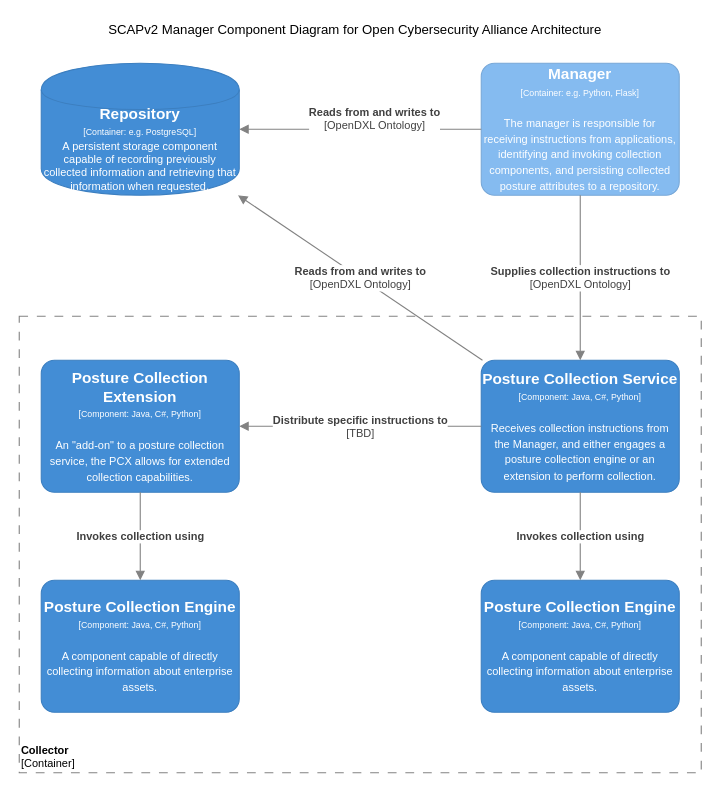
The draw.io diagram page "SCAPv2 Collector" (4 of 4) of Architecture Documents/oca-c4-architecture.drawio in opencybersecurityalliance/documentation, before the edit. Source tidied: cells renumbered, new cells numbered last; positions are measured from the earlier drawing's top-left corner, leaving out a move shared by most shapes. Both pictures are drawn from the tidied source at 110%, with x=0, y=0 at pixel (19, 19).
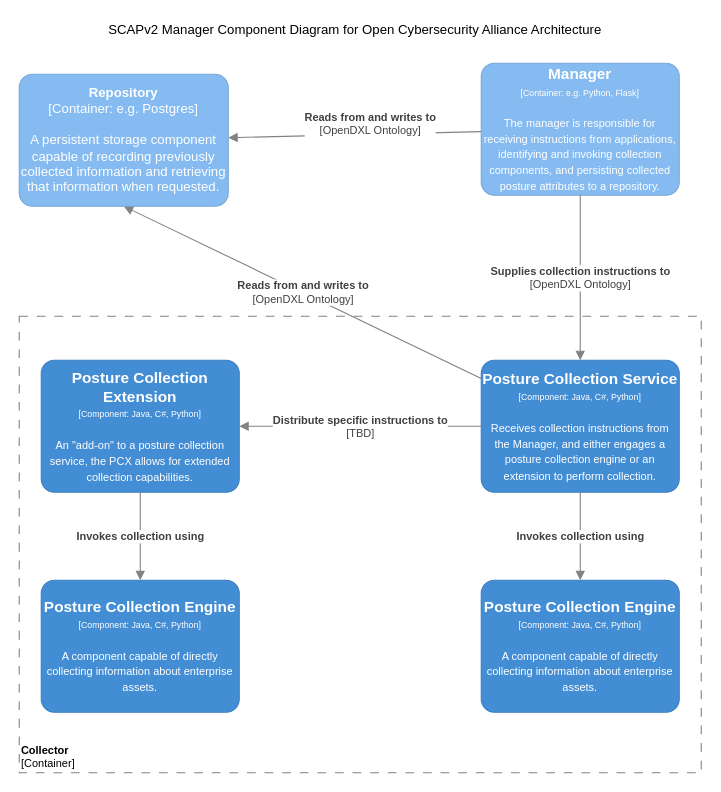
Above is the later version.

Commit message (it also covers changes not shown here):
Clean up SCAP Repository

What changed in the source:
```diff
@@
 <mxGraphModel>
   <root>
     <mxCell id="0" />
     <mxCell id="1" parent="0" />
     <mxCell id="2" value="&lt;font style=&quot;font-size: 10px&quot;&gt;&lt;b&gt;Collector&lt;br&gt;&lt;/b&gt;[Container]&lt;/font&gt;" style="rounded=0;whiteSpace=wrap;html=1;strokeColor=#828282;fillColor=none;fontColor=#000000;align=left;labelPosition=center;verticalLabelPosition=middle;verticalAlign=bottom;dashed=1;strokeWidth=1;perimeterSpacing=0;spacing=2;spacingTop=0;fontSize=10;dashPattern=8 8;" parent="1" vertex="1">
       <mxGeometry y="270" width="620" height="415" as="geometry" />
     </mxCell>
     <mxCell id="3" value="&lt;div&gt;&lt;span style=&quot;font-size: 14px&quot;&gt;&lt;b&gt;Posture Collection Service&lt;/b&gt;&lt;/span&gt;&lt;/div&gt;&lt;div&gt;&lt;span style=&quot;font-size: 8px&quot;&gt;[Component: Java, C#, Python]&lt;/span&gt;&lt;/div&gt;&lt;div&gt;&lt;span style=&quot;font-size: 8px&quot;&gt;&lt;br&gt;&lt;/span&gt;&lt;/div&gt;&lt;div&gt;&lt;font size=&quot;1&quot;&gt;Receives collection instructions from the Manager, and either engages a posture collection engine or an extension to perform collection.&lt;/font&gt;&lt;/div&gt;" style="rounded=1;whiteSpace=wrap;html=1;fillColor=#438DD5;fontColor=#ffffff;strokeColor=#3C7FC0;arcSize=10;" parent="1" vertex="1">
       <mxGeometry x="420" y="310" width="180" height="120" as="geometry" />
     </mxCell>
     <mxCell id="4" value="&lt;div&gt;&lt;span style=&quot;font-size: 14px&quot;&gt;&lt;b&gt;Posture Collection Extension&lt;/b&gt;&lt;/span&gt;&lt;/div&gt;&lt;div&gt;&lt;span style=&quot;font-size: 8px&quot;&gt;[Component: Java, C#, Python]&lt;/span&gt;&lt;/div&gt;&lt;div&gt;&lt;span style=&quot;font-size: 8px&quot;&gt;&lt;br&gt;&lt;/span&gt;&lt;/div&gt;&lt;div&gt;&lt;font size=&quot;1&quot;&gt;An &quot;add-on&quot; to a posture collection service, the PCX allows for extended collection capabilities.&lt;/font&gt;&lt;/div&gt;" style="rounded=1;whiteSpace=wrap;html=1;fillColor=#438DD5;fontColor=#ffffff;strokeColor=#3C7FC0;arcSize=10;" parent="1" vertex="1">
       <mxGeometry x="20" y="310" width="180" height="120" as="geometry" />
     </mxCell>
     <mxCell id="5" value="&lt;div&gt;&lt;span style=&quot;font-size: 14px&quot;&gt;&lt;b&gt;Posture Collection Engine&lt;/b&gt;&lt;/span&gt;&lt;/div&gt;&lt;div&gt;&lt;span style=&quot;font-size: 8px&quot;&gt;[Component: Java, C#, Python]&lt;/span&gt;&lt;br&gt;&lt;/div&gt;&lt;div&gt;&lt;span style=&quot;font-size: 8px&quot;&gt;&lt;br&gt;&lt;/span&gt;&lt;/div&gt;&lt;div&gt;&lt;font size=&quot;1&quot;&gt;A component capable of directly collecting information about enterprise assets.&lt;/font&gt;&lt;/div&gt;" style="rounded=1;whiteSpace=wrap;html=1;fillColor=#438DD5;fontColor=#ffffff;strokeColor=#3C7FC0;arcSize=10;" parent="1" vertex="1">
       <mxGeometry x="420" y="510" width="180" height="120" as="geometry" />
     </mxCell>
-    <object id="6" label="&lt;div style=&quot;color: rgb(255 , 255 , 255)&quot;&gt;&lt;span style=&quot;font-size: 14px&quot;&gt;&lt;b&gt;Repository&lt;/b&gt;&lt;/span&gt;&lt;/div&gt;&lt;div style=&quot;color: rgb(255 , 255 , 255) ; font-size: 12px&quot;&gt;&lt;font style=&quot;font-size: 8px&quot;&gt;[Container: %technology%]&lt;/font&gt;&lt;/div&gt;&lt;div style=&quot;color: rgb(255 , 255 , 255) ; font-size: 8px&quot;&gt;&lt;font style=&quot;font-size: 10px&quot;&gt;A persistent storage component capable of recording previously collected information and retrieving that information when requested&lt;/font&gt;&lt;span style=&quot;font-size: 11px&quot;&gt;.&lt;/span&gt;&lt;br&gt;&lt;/div&gt;" placeholders="1" technology="e.g. PostgreSQL">
-      <mxCell style="shape=cylinder;whiteSpace=wrap;html=1;boundedLbl=1;backgroundOutline=1;strokeColor=#3C7FC0;fillColor=#438DD5;fontSize=12;fontColor=#ffffff;align=center;rounded=0;" parent="1" vertex="1">
-        <mxGeometry x="20" y="40" width="180" height="120" as="geometry" />
-      </mxCell>
-    </object>
     <object id="7" label="&lt;div&gt;&lt;span style=&quot;font-size: 14px&quot;&gt;&lt;b&gt;Manager&lt;/b&gt;&lt;/span&gt;&lt;/div&gt;&lt;div&gt;&lt;span style=&quot;font-size: 8px&quot;&gt;[Container: %technology%]&lt;/span&gt;&lt;/div&gt;&lt;div&gt;&lt;span style=&quot;font-size: 8px&quot;&gt;&lt;br&gt;&lt;/span&gt;&lt;/div&gt;&lt;div&gt;&lt;span style=&quot;font-size: x-small&quot;&gt;The manager is responsible for receiving instructions from applications, identifying and invoking collection components, and persisting collected posture attributes to a repository.&lt;/span&gt;&lt;br&gt;&lt;/div&gt;" placeholders="1" technology="e.g. Python, Flask">
       <mxCell style="rounded=1;whiteSpace=wrap;html=1;fillColor=#85BBF0;fontColor=#ffffff;strokeColor=#78A8D8;arcSize=10;" parent="1" vertex="1">
         <mxGeometry x="420" y="40" width="180" height="120" as="geometry" />
       </mxCell>
     </object>
-    <mxCell id="8" value="&lt;span style=&quot;font-size: 10px&quot;&gt;&lt;b&gt;Reads from and writes to&lt;/b&gt;&lt;br&gt;[OpenDXL Ontology]&lt;br&gt;&lt;/span&gt;" style="endArrow=block;html=1;fontSize=10;fontColor=#404040;strokeWidth=1;endFill=1;strokeColor=#828282;elbow=vertical;" parent="1" edge="1" source="7" target="6">
+    <mxCell id="8" value="&lt;span style=&quot;font-size: 10px&quot;&gt;&lt;b&gt;Reads from and writes to&lt;/b&gt;&lt;br&gt;[OpenDXL Ontology]&lt;br&gt;&lt;/span&gt;" style="endArrow=block;html=1;fontSize=10;fontColor=#404040;strokeWidth=1;endFill=1;strokeColor=#828282;elbow=vertical;" parent="1" edge="1" source="7" target="16">
       <mxGeometry x="-0.12" y="-10" relative="1" as="geometry" />
     </mxCell>
-    <mxCell id="9" value="&lt;span style=&quot;font-size: 10px&quot;&gt;&lt;b&gt;Reads from and writes to&lt;/b&gt;&lt;br&gt;[OpenDXL Ontology]&lt;br&gt;&lt;/span&gt;" style="endArrow=block;html=1;fontSize=10;fontColor=#404040;strokeWidth=1;endFill=1;strokeColor=#828282;elbow=vertical;" parent="1" edge="1" source="3" target="6">
+    <mxCell id="9" value="&lt;span style=&quot;font-size: 10px&quot;&gt;&lt;b&gt;Reads from and writes to&lt;/b&gt;&lt;br&gt;[OpenDXL Ontology]&lt;br&gt;&lt;/span&gt;" style="endArrow=block;html=1;fontSize=10;fontColor=#404040;strokeWidth=1;endFill=1;strokeColor=#828282;elbow=vertical;entryX=0.5;entryY=1;entryDx=0;entryDy=0;entryPerimeter=0;" parent="1" edge="1" source="3" target="16">
       <mxGeometry relative="1" as="geometry" />
     </mxCell>
     <mxCell id="10" value="&lt;span style=&quot;font-size: 10px&quot;&gt;&lt;b&gt;Invokes collection using&lt;/b&gt;&lt;br&gt;&lt;/span&gt;" style="endArrow=block;html=1;fontSize=10;fontColor=#404040;strokeWidth=1;endFill=1;strokeColor=#828282;elbow=vertical;" parent="1" edge="1" source="3" target="5">
       <mxGeometry relative="1" as="geometry" />
     </mxCell>
     <mxCell id="11" value="&lt;span style=&quot;font-size: 10px&quot;&gt;&lt;b&gt;Distribute specific instructions to&lt;/b&gt;&lt;br&gt;[TBD]&lt;br&gt;&lt;/span&gt;" style="endArrow=block;html=1;fontSize=10;fontColor=#404040;strokeWidth=1;endFill=1;strokeColor=#828282;elbow=vertical;" parent="1" edge="1" source="3" target="4">
       <mxGeometry relative="1" as="geometry" />
     </mxCell>
     <mxCell id="12" value="&lt;div&gt;&lt;span style=&quot;font-size: 14px&quot;&gt;&lt;b&gt;Posture Collection Engine&lt;/b&gt;&lt;/span&gt;&lt;/div&gt;&lt;div&gt;&lt;span style=&quot;font-size: 8px&quot;&gt;[Component: Java, C#, Python]&lt;/span&gt;&lt;br&gt;&lt;/div&gt;&lt;div&gt;&lt;span style=&quot;font-size: 8px&quot;&gt;&lt;br&gt;&lt;/span&gt;&lt;/div&gt;&lt;div&gt;&lt;font size=&quot;1&quot;&gt;A component capable of directly collecting information about enterprise assets.&lt;/font&gt;&lt;/div&gt;" style="rounded=1;whiteSpace=wrap;html=1;fillColor=#438DD5;fontColor=#ffffff;strokeColor=#3C7FC0;arcSize=10;" parent="1" vertex="1">
       <mxGeometry x="20" y="510" width="180" height="120" as="geometry" />
     </mxCell>
     <mxCell id="13" value="&lt;span style=&quot;font-size: 10px&quot;&gt;&lt;b&gt;Invokes collection using&lt;/b&gt;&lt;br&gt;&lt;/span&gt;" style="endArrow=block;html=1;fontSize=10;fontColor=#404040;strokeWidth=1;endFill=1;strokeColor=#828282;elbow=vertical;" parent="1" edge="1" source="4" target="12">
       <mxGeometry relative="1" as="geometry" />
     </mxCell>
     <mxCell id="14" value="&lt;b&gt;Supplies collection instructions to&lt;br&gt;&lt;/b&gt;[OpenDXL Ontology]&lt;span style=&quot;font-size: 10px&quot;&gt;&lt;br&gt;&lt;/span&gt;" style="endArrow=block;html=1;fontSize=10;fontColor=#404040;strokeWidth=1;endFill=1;strokeColor=#828282;elbow=vertical;" parent="1" edge="1" source="7" target="3">
       <mxGeometry relative="1" as="geometry" />
     </mxCell>
     <mxCell id="15" value="SCAPv2 Manager Component Diagram for Open Cybersecurity Alliance Architecture" style="text;html=1;align=center;verticalAlign=middle;" parent="1" vertex="1">
       <mxGeometry x="75" width="460" height="20" as="geometry" />
     </mxCell>
+    <object id="16" label="&lt;b&gt;%c4Name%&lt;/b&gt;&lt;div&gt;[%c4Type%: %c4Technology%]&lt;/div&gt;&lt;br&gt;&lt;div&gt;%c4Description%&lt;/div&gt;" c4Description="A persistent storage component capable of recording previously collected information and retrieving that information when requested." c4Name="Repository" c4Technology="e.g. Postgres" c4Type="Container" placeholders="1">
+      <mxCell style="rounded=1;whiteSpace=wrap;html=1;labelBackgroundColor=none;fillColor=#85BBF0;fontColor=#ffffff;align=center;arcSize=10;strokeColor=#78A8D8;metaData={&quot;c4Type&quot;:{&quot;editable&quot;:false}};points=[[0.25,0,0],[0.5,0,0],[0.75,0,0],[1,0.25,0],[1,0.5,0],[1,0.75,0],[0.75,1,0],[0.5,1,0],[0.25,1,0],[0,0.75,0],[0,0.5,0],[0,0.25,0]];" parent="1" vertex="1">
+        <mxGeometry y="50" width="190" height="120" as="geometry" />
+      </mxCell>
+    </object>
   </root>
 </mxGraphModel>
```
